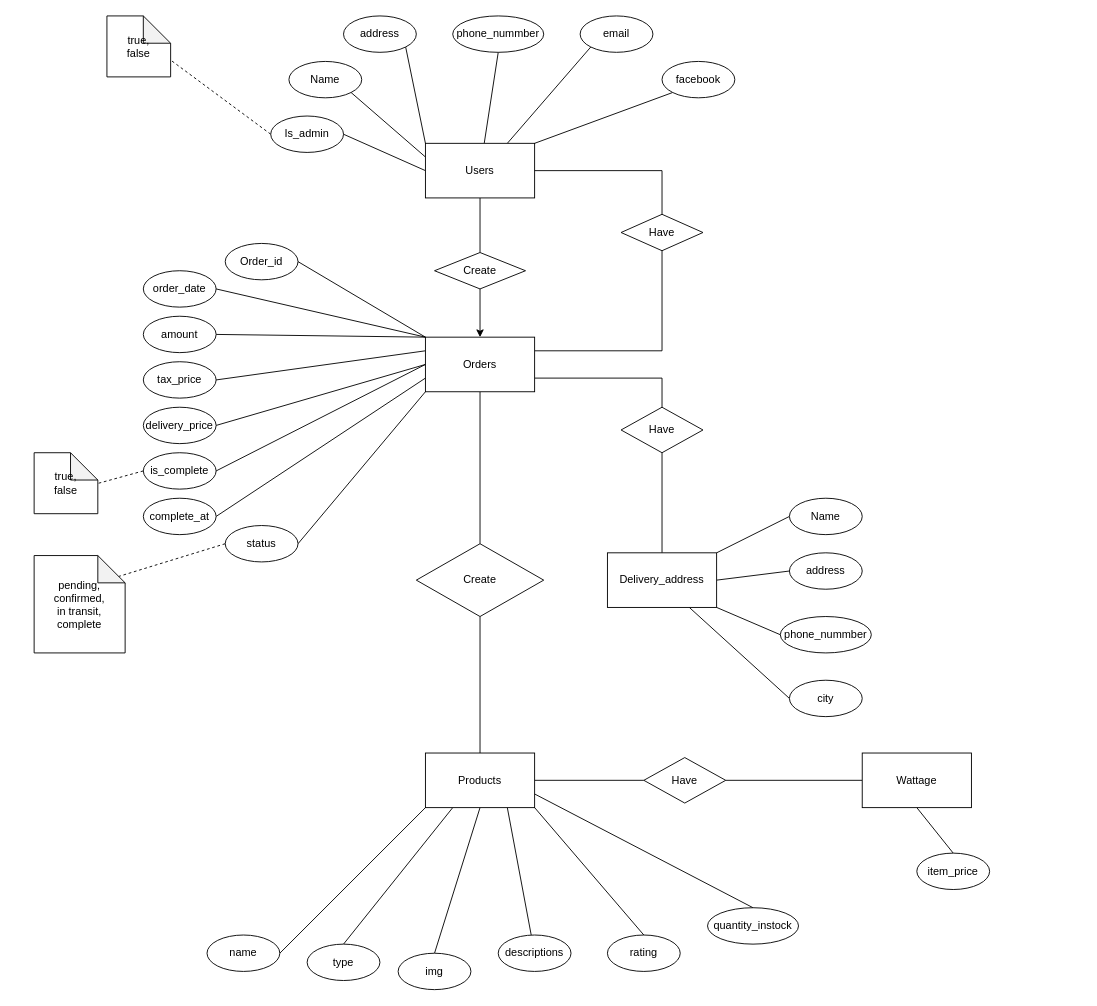
Before: ERD.drawio in anPf1121/LightingWebsite, a draw.io diagram. Source tidied: cells renumbered, new cells numbered last; positions are measured from the earlier drawing's top-left corner, leaving out a move shared by most shapes. Both pictures are drawn from the tidied source at 91%, with x=0, y=0 at pixel (34, 15).
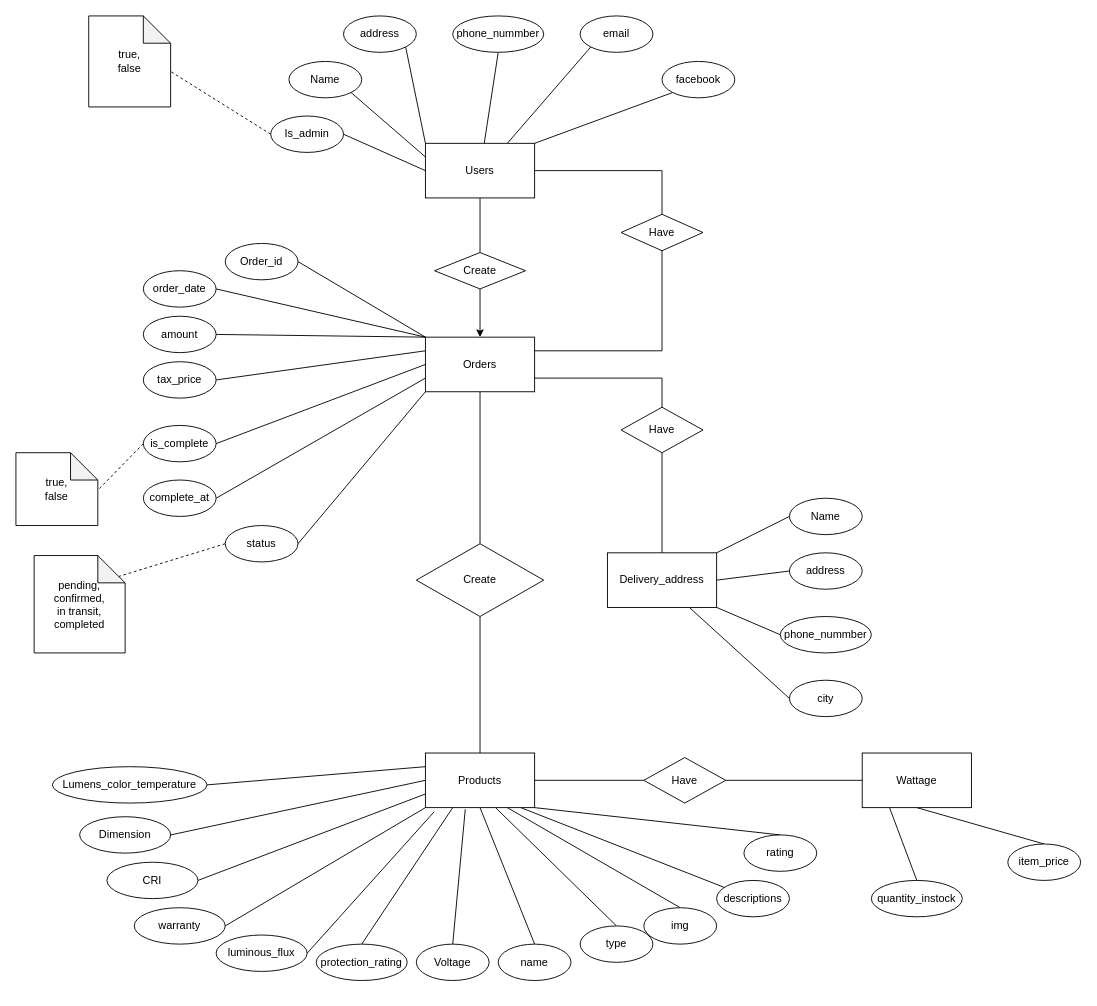
The same diagram, later.

Unchanged cells that the change refers to:
```xml
<mxCell id="28" value="Orders" style="rounded=0;whiteSpace=wrap;html=1;" parent="1" vertex="1">
  <mxGeometry x="430" y="353" width="120" height="60" as="geometry" />
</mxCell>
<mxCell id="37" value="Products" style="rounded=0;whiteSpace=wrap;html=1;" parent="1" vertex="1">
  <mxGeometry x="430" y="810" width="120" height="60" as="geometry" />
</mxCell>
<mxCell id="76" value="Wattage" style="rounded=0;whiteSpace=wrap;html=1;" parent="1" vertex="1">
  <mxGeometry x="910" y="810" width="120" height="60" as="geometry" />
</mxCell>
```

The edit, as a diff of the source:
```diff
@@
-    <mxCell id="24" style="edgeStyle=none;rounded=0;jettySize=auto;html=1;exitX=0;exitY=0.5;exitDx=0;exitDy=0;entryX=1;entryY=0.5;entryDx=0;entryDy=0;endArrow=none;endFill=0;" parent="1" edge="1" source="28" target="63">
-      <mxGeometry relative="1" as="geometry" />
-    </mxCell>
@@
-    <mxCell id="30" style="edgeStyle=none;rounded=0;jettySize=auto;html=1;exitX=0;exitY=1;exitDx=0;exitDy=0;entryX=1;entryY=0.5;entryDx=0;entryDy=0;endArrow=none;endFill=0;" parent="1" edge="1" source="37" target="38">
+    <mxCell id="30" style="edgeStyle=none;rounded=0;jettySize=auto;html=1;exitX=0.5;exitY=1;exitDx=0;exitDy=0;entryX=0.5;entryY=0;entryDx=0;entryDy=0;endArrow=none;endFill=0;" parent="1" edge="1" source="37" target="38">
       <mxGeometry relative="1" as="geometry" />
     </mxCell>
-    <mxCell id="31" style="edgeStyle=none;rounded=0;jettySize=auto;html=1;exitX=0.25;exitY=1;exitDx=0;exitDy=0;endArrow=none;endFill=0;entryX=0.5;entryY=0;entryDx=0;entryDy=0;" parent="1" edge="1" source="37" target="39">
+    <mxCell id="31" style="edgeStyle=none;rounded=0;jettySize=auto;html=1;exitX=0.638;exitY=0.992;exitDx=0;exitDy=0;endArrow=none;endFill=0;entryX=0.5;entryY=0;entryDx=0;entryDy=0;exitPerimeter=0;" parent="1" edge="1" source="37" target="39">
       <mxGeometry relative="1" as="geometry" />
     </mxCell>
-    <mxCell id="32" style="edgeStyle=none;rounded=0;jettySize=auto;html=1;exitX=0.5;exitY=1;exitDx=0;exitDy=0;entryX=0.5;entryY=0;entryDx=0;entryDy=0;endArrow=none;endFill=0;" parent="1" edge="1" source="37" target="40">
+    <mxCell id="32" style="edgeStyle=none;rounded=0;jettySize=auto;html=1;exitX=0.75;exitY=1;exitDx=0;exitDy=0;entryX=0.5;entryY=0;entryDx=0;entryDy=0;endArrow=none;endFill=0;" parent="1" edge="1" source="37" target="40">
       <mxGeometry relative="1" as="geometry" />
     </mxCell>
-    <mxCell id="33" style="edgeStyle=none;rounded=0;jettySize=auto;html=1;exitX=0.75;exitY=1;exitDx=0;exitDy=0;endArrow=none;endFill=0;" parent="1" edge="1" source="37" target="41">
+    <mxCell id="33" style="edgeStyle=none;rounded=0;jettySize=auto;html=1;exitX=0.863;exitY=0.992;exitDx=0;exitDy=0;endArrow=none;endFill=0;exitPerimeter=0;" parent="1" edge="1" source="37" target="41">
       <mxGeometry relative="1" as="geometry" />
     </mxCell>
@@
-    <mxCell id="35" style="edgeStyle=none;rounded=0;jettySize=auto;html=1;exitX=1;exitY=0.75;exitDx=0;exitDy=0;entryX=0.5;entryY=0;entryDx=0;entryDy=0;endArrow=none;endFill=0;" parent="1" edge="1" source="37" target="43">
+    <mxCell id="35" style="edgeStyle=none;rounded=0;jettySize=auto;html=1;exitX=0.25;exitY=1;exitDx=0;exitDy=0;entryX=0.5;entryY=0;entryDx=0;entryDy=0;endArrow=none;endFill=0;" parent="1" edge="1" source="76" target="43">
       <mxGeometry relative="1" as="geometry" />
     </mxCell>
@@
+    <mxCell id="78" style="rounded=0;jettySize=auto;html=1;exitX=0.365;exitY=1.029;exitDx=0;exitDy=0;entryX=0.5;entryY=0;entryDx=0;entryDy=0;endArrow=none;endFill=0;exitPerimeter=0;" parent="1" edge="1" source="37" target="84">
+      <mxGeometry relative="1" as="geometry" />
+    </mxCell>
+    <mxCell id="79" style="rounded=0;jettySize=auto;html=1;exitX=0.25;exitY=1;exitDx=0;exitDy=0;entryX=0.5;entryY=0;entryDx=0;entryDy=0;endArrow=none;endFill=0;" parent="1" edge="1" source="37" target="85">
+      <mxGeometry relative="1" as="geometry" />
+    </mxCell>
+    <mxCell id="80" style="rounded=0;jettySize=auto;html=1;exitX=0.08;exitY=1.076;exitDx=0;exitDy=0;entryX=1;entryY=0.5;entryDx=0;entryDy=0;endArrow=none;endFill=0;exitPerimeter=0;" parent="1" edge="1" source="37" target="86">
+      <mxGeometry relative="1" as="geometry" />
+    </mxCell>
+    <mxCell id="81" style="rounded=0;jettySize=auto;html=1;exitX=0;exitY=1;exitDx=0;exitDy=0;entryX=1;entryY=0.5;entryDx=0;entryDy=0;endArrow=none;endFill=0;" parent="1" edge="1" source="37" target="87">
+      <mxGeometry relative="1" as="geometry" />
+    </mxCell>
+    <mxCell id="82" style="rounded=0;jettySize=auto;html=1;exitX=0;exitY=0.75;exitDx=0;exitDy=0;entryX=1;entryY=0.5;entryDx=0;entryDy=0;endArrow=none;endFill=0;" parent="1" edge="1" source="37" target="88">
+      <mxGeometry relative="1" as="geometry" />
+    </mxCell>
+    <mxCell id="83" style="rounded=0;jettySize=auto;html=1;exitX=0;exitY=0.25;exitDx=0;exitDy=0;entryX=1;entryY=0.5;entryDx=0;entryDy=0;endArrow=none;endFill=0;" parent="1" edge="1" source="37" target="91">
+      <mxGeometry relative="1" as="geometry" />
+    </mxCell>
@@
     <mxCell id="38" value="name" style="ellipse;whiteSpace=wrap;html=1;" parent="1" vertex="1">
-      <mxGeometry x="190" y="1010" width="80" height="40" as="geometry" />
+      <mxGeometry x="510" y="1020" width="80" height="40" as="geometry" />
     </mxCell>
     <mxCell id="39" value="type" style="ellipse;whiteSpace=wrap;html=1;" parent="1" vertex="1">
-      <mxGeometry x="300" y="1020" width="80" height="40" as="geometry" />
+      <mxGeometry x="600" y="1000" width="80" height="40" as="geometry" />
     </mxCell>
     <mxCell id="40" value="img" style="ellipse;whiteSpace=wrap;html=1;" parent="1" vertex="1">
-      <mxGeometry x="400" y="1030" width="80" height="40" as="geometry" />
+      <mxGeometry x="670" y="980" width="80" height="40" as="geometry" />
     </mxCell>
     <mxCell id="41" value="descriptions" style="ellipse;whiteSpace=wrap;html=1;" parent="1" vertex="1">
-      <mxGeometry x="510" y="1010" width="80" height="40" as="geometry" />
+      <mxGeometry x="750" y="950" width="80" height="40" as="geometry" />
     </mxCell>
     <mxCell id="42" value="rating" style="ellipse;whiteSpace=wrap;html=1;" parent="1" vertex="1">
-      <mxGeometry x="630" y="1010" width="80" height="40" as="geometry" />
+      <mxGeometry x="780" y="900" width="80" height="40" as="geometry" />
     </mxCell>
     <mxCell id="43" value="quantity_instock" style="ellipse;whiteSpace=wrap;html=1;" parent="1" vertex="1">
-      <mxGeometry x="740" y="980" width="100" height="40" as="geometry" />
+      <mxGeometry x="920" y="950" width="100" height="40" as="geometry" />
     </mxCell>
@@
-    <mxCell id="63" value="delivery_price" style="ellipse;whiteSpace=wrap;html=1;" parent="1" vertex="1">
-      <mxGeometry x="120" y="430" width="80" height="40" as="geometry" />
-    </mxCell>
@@
     <mxCell id="66" value="is_complete" style="ellipse;whiteSpace=wrap;html=1;" parent="1" vertex="1">
-      <mxGeometry x="120" y="480" width="80" height="40" as="geometry" />
+      <mxGeometry x="120" y="450" width="80" height="40" as="geometry" />
     </mxCell>
     <mxCell id="67" value="complete_at" style="ellipse;whiteSpace=wrap;html=1;" parent="1" vertex="1">
-      <mxGeometry x="120" y="530" width="80" height="40" as="geometry" />
+      <mxGeometry x="120" y="510" width="80" height="40" as="geometry" />
     </mxCell>
@@
     <mxCell id="70" value="true,&lt;br&gt;false" style="shape=note;whiteSpace=wrap;html=1;backgroundOutline=1;darkOpacity=0.05;" parent="1" vertex="1">
-      <mxGeometry y="480" width="70" height="67" as="geometry" />
+      <mxGeometry x="-20" y="480" width="90" height="80" as="geometry" />
     </mxCell>
-    <mxCell id="71" value="pending,&lt;br&gt;confirmed,&lt;br&gt;in transit,&lt;br&gt;complete" style="shape=note;whiteSpace=wrap;html=1;backgroundOutline=1;darkOpacity=0.05;" parent="1" vertex="1">
+    <mxCell id="71" value="pending,&lt;br&gt;confirmed,&lt;br&gt;in transit,&lt;br&gt;completed" style="shape=note;whiteSpace=wrap;html=1;backgroundOutline=1;darkOpacity=0.05;" parent="1" vertex="1">
       <mxGeometry y="593" width="100" height="107" as="geometry" />
     </mxCell>
     <mxCell id="72" value="true,&lt;br&gt;false" style="shape=note;whiteSpace=wrap;html=1;backgroundOutline=1;darkOpacity=0.05;" parent="1" vertex="1">
-      <mxGeometry x="80" width="70" height="67" as="geometry" />
+      <mxGeometry x="60" width="90" height="100" as="geometry" />
     </mxCell>
@@
     <mxCell id="77" value="item_price" style="ellipse;whiteSpace=wrap;html=1;" parent="1" vertex="1">
-      <mxGeometry x="970" y="920" width="80" height="40" as="geometry" />
+      <mxGeometry x="1070" y="910" width="80" height="40" as="geometry" />
     </mxCell>
+    <mxCell id="84" value="Voltage" style="ellipse;whiteSpace=wrap;html=1;" parent="1" vertex="1">
+      <mxGeometry x="420" y="1020" width="80" height="40" as="geometry" />
+    </mxCell>
+    <mxCell id="85" value="protection_rating" style="ellipse;whiteSpace=wrap;html=1;" parent="1" vertex="1">
+      <mxGeometry x="310" y="1020" width="100" height="40" as="geometry" />
+    </mxCell>
+    <mxCell id="86" value="luminous_flux" style="ellipse;whiteSpace=wrap;html=1;" parent="1" vertex="1">
+      <mxGeometry x="200" y="1010" width="100" height="40" as="geometry" />
+    </mxCell>
+    <mxCell id="87" value="warranty" style="ellipse;whiteSpace=wrap;html=1;" parent="1" vertex="1">
+      <mxGeometry x="110" y="980" width="100" height="40" as="geometry" />
+    </mxCell>
+    <mxCell id="88" value="CRI" style="ellipse;whiteSpace=wrap;html=1;" parent="1" vertex="1">
+      <mxGeometry x="80" y="930" width="100" height="40" as="geometry" />
+    </mxCell>
+    <mxCell id="89" style="rounded=0;jettySize=auto;html=1;exitX=1;exitY=0.5;exitDx=0;exitDy=0;entryX=0;entryY=0.5;entryDx=0;entryDy=0;endArrow=none;endFill=0;" parent="1" edge="1" source="90" target="37">
+      <mxGeometry relative="1" as="geometry" />
+    </mxCell>
+    <mxCell id="90" value="Dimension" style="ellipse;whiteSpace=wrap;html=1;" parent="1" vertex="1">
+      <mxGeometry x="50" y="880" width="100" height="40" as="geometry" />
+    </mxCell>
+    <mxCell id="91" value="Lumens_color_temperature" style="ellipse;whiteSpace=wrap;html=1;" parent="1" vertex="1">
+      <mxGeometry x="20" y="825" width="170" height="40" as="geometry" />
+    </mxCell>
```
